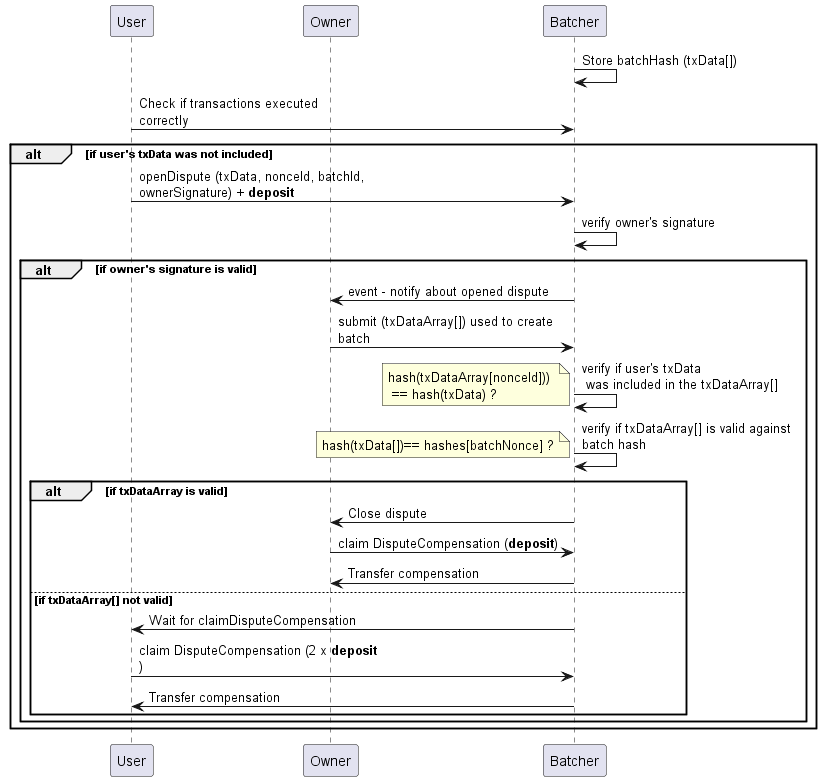
ollie041114/account-abstraction-test keeps this PlantUML diagram as out/UMLs/dispute/dispute.png. Above is the earlier version.
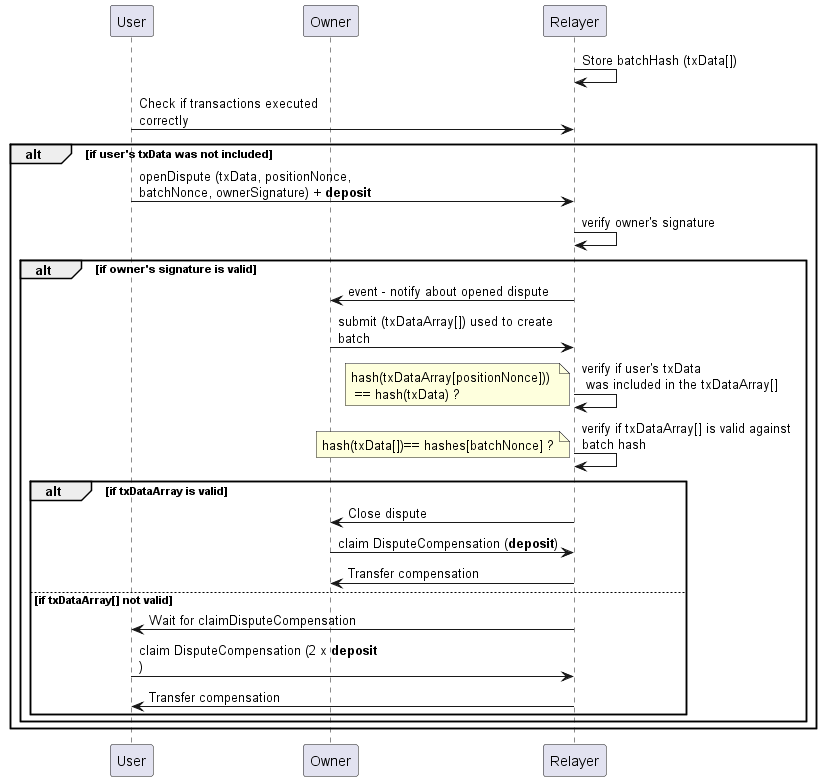
After the change.

The edit, as a diff of the source:
```diff
@@ -4,31 +4,31 @@
 
 participant User
 participant Owner
-participant Batcher
+participant Relayer
 
-Batcher -> Batcher: Store batchHash (txData[])
+Relayer -> Relayer: Store batchHash (txData[])
 
-User -> Batcher: Check if transactions executed correctly
+User -> Relayer: Check if transactions executed correctly
 alt if user's txData was not included
-    User -> Batcher: openDispute (txData, nonceId, batchId, ownerSignature) + **deposit**
-    Batcher -> Batcher: verify owner's signature
+    User -> Relayer: openDispute (txData, positionNonce, batchNonce, ownerSignature) + **deposit**
+    Relayer -> Relayer: verify owner's signature
     alt if owner's signature is valid
-        Batcher -> Owner: event - notify about opened dispute
-        Owner -> Batcher: submit (txDataArray[]) used to create batch
+        Relayer -> Owner: event - notify about opened dispute
+        Owner -> Relayer: submit (txDataArray[]) used to create batch
 
-        Batcher -> Batcher: verify if user's txData \n was included in the txDataArray[]
-        note left: hash(txDataArray[nonceId])) \n == hash(txData) ?
-        Batcher -> Batcher: verify if txDataArray[] is valid against batch hash
+        Relayer -> Relayer: verify if user's txData \n was included in the txDataArray[]
+        note left: hash(txDataArray[positionNonce])) \n == hash(txData) ?
+        Relayer -> Relayer: verify if txDataArray[] is valid against batch hash
         note left: hash(txData[])== hashes[batchNonce] ?
 
         alt if txDataArray is valid
-            Batcher -> Owner: Close dispute
-            Owner -> Batcher: claim DisputeCompensation (**deposit**)
-            Batcher -> Owner: Transfer compensation
+            Relayer -> Owner: Close dispute
+            Owner -> Relayer: claim DisputeCompensation (**deposit**)
+            Relayer -> Owner: Transfer compensation
        else if txDataArray[] not valid
-            Batcher -> User: Wait for claimDisputeCompensation
-            User -> Batcher: claim DisputeCompensation (2 x **deposit**)
-            Batcher -> User: Transfer compensation
+            Relayer -> User: Wait for claimDisputeCompensation
+            User -> Relayer: claim DisputeCompensation (2 x **deposit**)
+            Relayer -> User: Transfer compensation
         end
     end
 end
```
